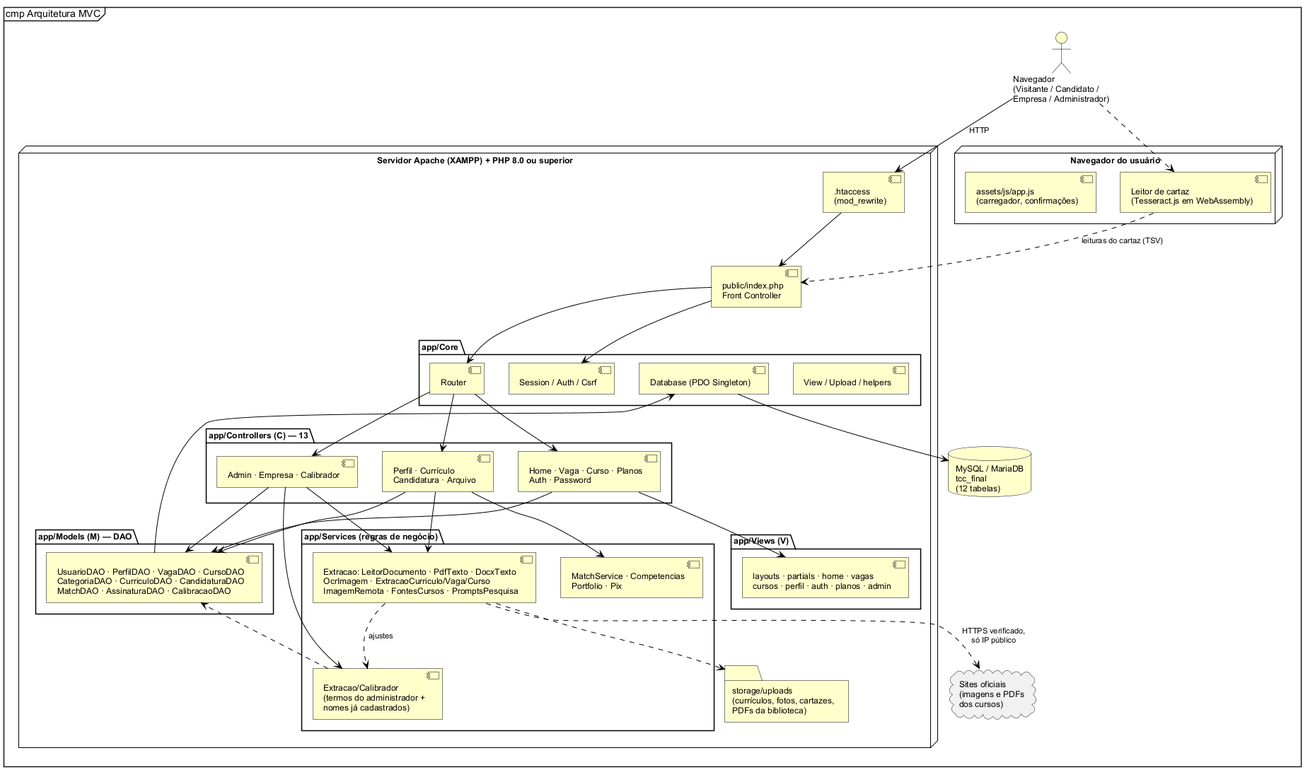
This is docs/tcc/diagramas/arquitetura.png from leonardoabreu2026/tcc-final, a PlantUML export, as it was before one commit. Its diagram source:
```plantuml
@startuml
!include estilo.iuml
mainframe cmp Arquitetura MVC
skinparam componentStyle uml2
actor "Navegador\n(Visitante / Candidato /\nEmpresa / Administrador)" as NAV
node "Navegador do usuário" {
  [assets/js/app.js\n(carregador, confirmações)] as JS
  [Leitor de cartaz\n(Tesseract.js em WebAssembly)] as OCR
}
node "Servidor Apache (XAMPP) + PHP 8.0 ou superior" {
  [.htaccess\n(mod_rewrite)] as HT
  [public/index.php\nFront Controller] as FC
  package "app/Core" {
    [Router] as R
    [Session / Auth / Csrf] as S
    [Database (PDO Singleton)] as DB
    [View / Upload / helpers] as V
  }
  package "app/Controllers (C) — 13" {
    [Home · Vaga · Curso · Planos\nAuth · Password] as CP
    [Perfil · Currículo\nCandidatura · Arquivo] as CC
    [Admin · Empresa · Calibrador] as CA
  }
  package "app/Services (regras de negócio)" {
    [Extracao: LeitorDocumento · PdfTexto · DocxTexto\nOcrImagem · ExtracaoCurriculo/Vaga/Curso\nImagemRemota · FontesCursos · PromptsPesquisa] as EX
    [Extracao/Calibrador\n(termos do administrador +\nnomes já cadastrados)] as CAL
    [MatchService · Competencias\nPortfolio · Pix] as MS
  }
  package "app/Views (V)" {
    [layouts · partials · home · vagas\ncursos · perfil · auth · planos · admin] as VW
  }
  package "app/Models (M) — DAO" {
    [UsuarioDAO · PerfilDAO · VagaDAO · CursoDAO\nCategoriaDAO · CurriculoDAO · CandidaturaDAO\nMatchDAO · AssinaturaDAO · CalibracaoDAO] as DAO
  }
  folder "storage/uploads\n(currículos, fotos, cartazes,\nPDFs da biblioteca)" as UP
}
database "MySQL / MariaDB\ntcc_final\n(12 tabelas)" as BD
cloud "Sites oficiais\n(imagens e PDFs\ndos cursos)" as WEB
NAV --> HT : HTTP
NAV ..> OCR
OCR ..> FC : leituras do cartaz (TSV)
HT --> FC
FC --> R
FC --> S
R --> CP
R --> CC
R --> CA
CP --> VW
CC --> EX
CC --> MS
CA --> EX
CA --> CAL
EX ..> CAL : ajustes
CAL ..> DAO
CA --> DAO
CC --> DAO
CP --> DAO
DAO --> DB
DB --> BD
EX ..> UP
EX ..> WEB : HTTPS verificado,\nsó IP público
@enduml
```
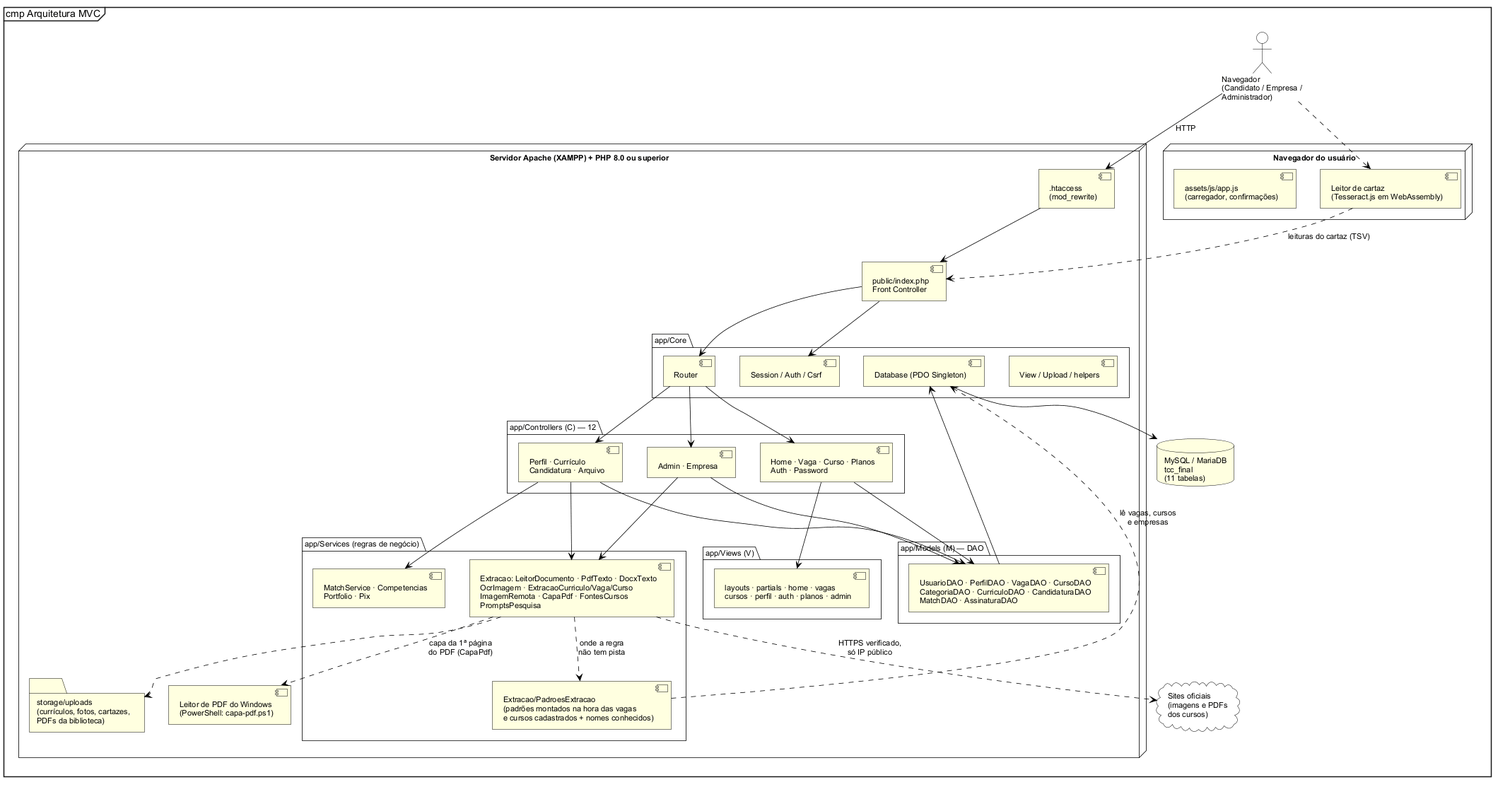
After the change.

What changed in the source:
```diff
@@ -2,7 +2,7 @@
 !include estilo.iuml
 mainframe cmp Arquitetura MVC
 skinparam componentStyle uml2
-actor "Navegador\n(Visitante / Candidato /\nEmpresa / Administrador)" as NAV
+actor "Navegador\n(Candidato / Empresa /\nAdministrador)" as NAV
 node "Navegador do usuário" {
   [assets/js/app.js\n(carregador, confirmações)] as JS
   [Leitor de cartaz\n(Tesseract.js em WebAssembly)] as OCR
@@ -16,25 +16,26 @@
     [Database (PDO Singleton)] as DB
     [View / Upload / helpers] as V
   }
-  package "app/Controllers (C) — 13" {
+  package "app/Controllers (C) — 12" {
     [Home · Vaga · Curso · Planos\nAuth · Password] as CP
     [Perfil · Currículo\nCandidatura · Arquivo] as CC
-    [Admin · Empresa · Calibrador] as CA
+    [Admin · Empresa] as CA
   }
   package "app/Services (regras de negócio)" {
-    [Extracao: LeitorDocumento · PdfTexto · DocxTexto\nOcrImagem · ExtracaoCurriculo/Vaga/Curso\nImagemRemota · FontesCursos · PromptsPesquisa] as EX
-    [Extracao/Calibrador\n(termos do administrador +\nnomes já cadastrados)] as CAL
+    [Extracao: LeitorDocumento · PdfTexto · DocxTexto\nOcrImagem · ExtracaoCurriculo/Vaga/Curso\nImagemRemota · CapaPdf · FontesCursos\nPromptsPesquisa] as EX
+    [Extracao/PadroesExtracao\n(padrões montados na hora das vagas\ne cursos cadastrados + nomes conhecidos)] as PAD
     [MatchService · Competencias\nPortfolio · Pix] as MS
   }
   package "app/Views (V)" {
     [layouts · partials · home · vagas\ncursos · perfil · auth · planos · admin] as VW
   }
   package "app/Models (M) — DAO" {
-    [UsuarioDAO · PerfilDAO · VagaDAO · CursoDAO\nCategoriaDAO · CurriculoDAO · CandidaturaDAO\nMatchDAO · AssinaturaDAO · CalibracaoDAO] as DAO
+    [UsuarioDAO · PerfilDAO · VagaDAO · CursoDAO\nCategoriaDAO · CurriculoDAO · CandidaturaDAO\nMatchDAO · AssinaturaDAO] as DAO
   }
+  [Leitor de PDF do Windows\n(PowerShell: capa-pdf.ps1)] as PS
   folder "storage/uploads\n(currículos, fotos, cartazes,\nPDFs da biblioteca)" as UP
 }
-database "MySQL / MariaDB\ntcc_final\n(12 tabelas)" as BD
+database "MySQL / MariaDB\ntcc_final\n(11 tabelas)" as BD
 cloud "Sites oficiais\n(imagens e PDFs\ndos cursos)" as WEB
 NAV --> HT : HTTP
 NAV ..> OCR
@@ -49,9 +50,9 @@
 CC --> EX
 CC --> MS
 CA --> EX
-CA --> CAL
-EX ..> CAL : ajustes
-CAL ..> DAO
+EX ..> PAD : onde a regra\nnão tem pista
+PAD ..> DB : lê vagas, cursos\ne empresas
+EX ..> PS : capa da 1ª página\ndo PDF (CapaPdf)
 CA --> DAO
 CC --> DAO
 CP --> DAO
```
